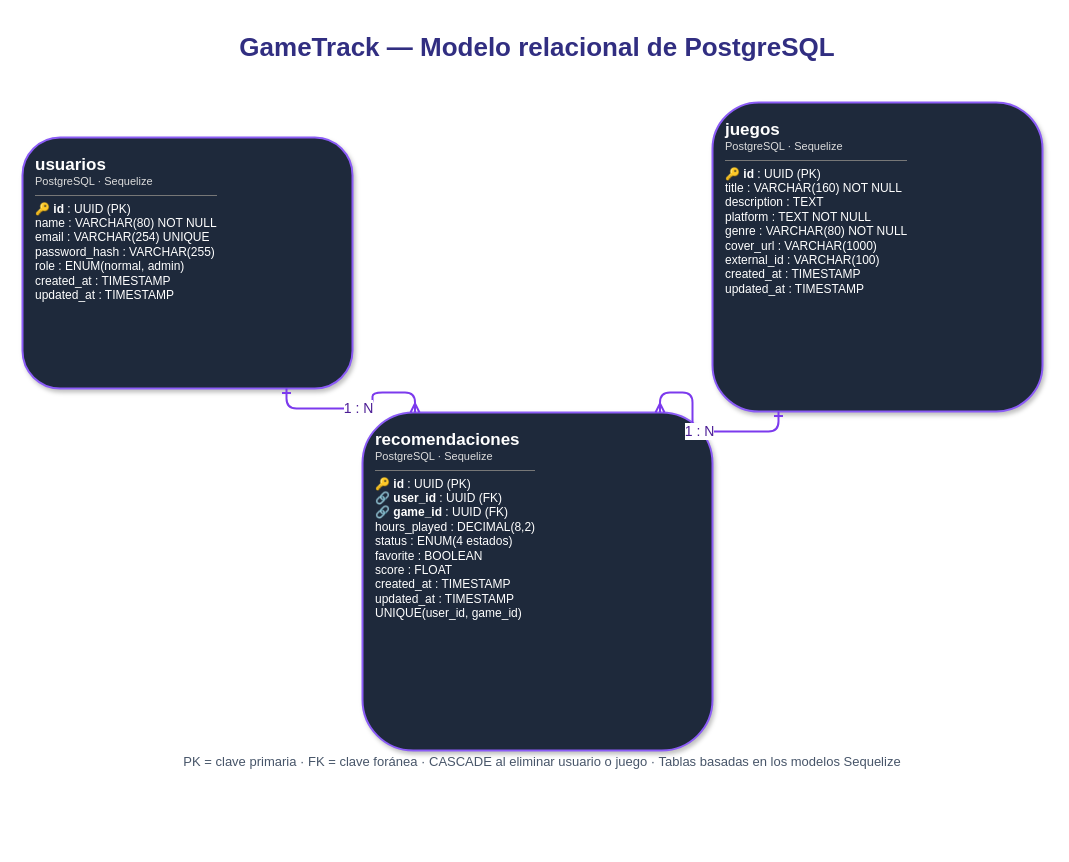
Earlier version of the draw.io diagram GameTrack-Modelo-Relacional.drawio (hwongg/GameTrack). Source tidied: cells renumbered, new cells numbered last; positions are measured from the earlier drawing's top-left corner, leaving out a move shared by most shapes. Both pictures are drawn from the tidied source at 100%, with x=0, y=0 at pixel (22, 17).
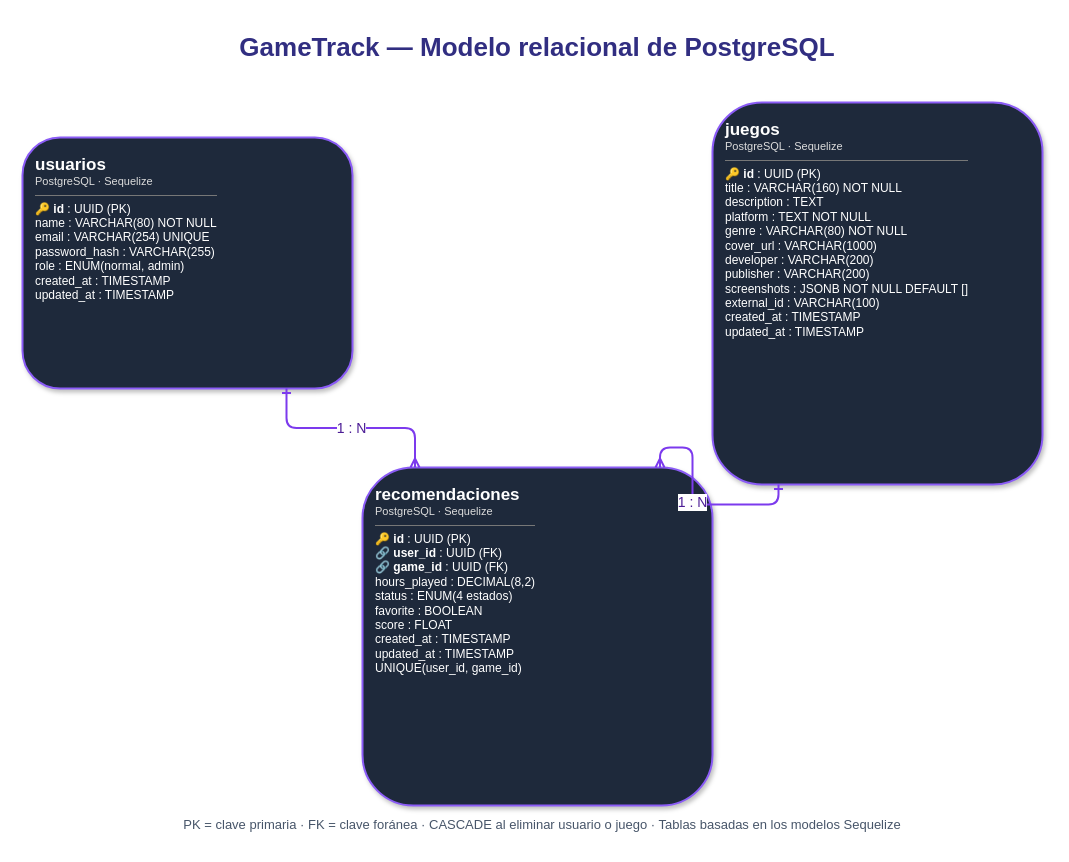
The same page after the edit.

Commit message (it also covers changes not shown here):
docs: actualizar documentacion y modelo relacional

Change to the diagram source:
```diff
@@
 <mxGraphModel>
   <root>
     <mxCell id="0" />
     <mxCell id="1" parent="0" />
     <mxCell id="2" value="&lt;div style=&quot;font-size:17px&quot;&gt;&lt;b&gt;usuarios&lt;/b&gt;&lt;/div&gt;&lt;div style=&quot;font-size:11px;color:#ddd&quot;&gt;PostgreSQL · Sequelize&lt;/div&gt;&lt;hr style=&quot;border:0;border-top:1px solid #777&quot;&gt;🔑 &lt;b&gt;id&lt;/b&gt; : UUID (PK)&lt;br&gt;name : VARCHAR(80) NOT NULL&lt;br&gt;email : VARCHAR(254) UNIQUE&lt;br&gt;password_hash : VARCHAR(255)&lt;br&gt;role : ENUM(normal, admin)&lt;br&gt;created_at : TIMESTAMP&lt;br&gt;updated_at : TIMESTAMP" style="rounded=1;whiteSpace=wrap;html=1;fillColor=#1E293B;strokeColor=#8B5CF6;strokeWidth=2;fontColor=#FFFFFF;align=left;verticalAlign=top;spacing=13;shadow=1;" parent="1" vertex="1">
       <mxGeometry y="120" width="330" height="251" as="geometry" />
     </mxCell>
-    <mxCell id="3" value="&lt;div style=&quot;font-size:17px&quot;&gt;&lt;b&gt;juegos&lt;/b&gt;&lt;/div&gt;&lt;div style=&quot;font-size:11px;color:#ddd&quot;&gt;PostgreSQL · Sequelize&lt;/div&gt;&lt;hr style=&quot;border:0;border-top:1px solid #777&quot;&gt;🔑 &lt;b&gt;id&lt;/b&gt; : UUID (PK)&lt;br&gt;title : VARCHAR(160) NOT NULL&lt;br&gt;description : TEXT&lt;br&gt;platform : TEXT NOT NULL&lt;br&gt;genre : VARCHAR(80) NOT NULL&lt;br&gt;cover_url : VARCHAR(1000)&lt;br&gt;external_id : VARCHAR(100)&lt;br&gt;created_at : TIMESTAMP&lt;br&gt;updated_at : TIMESTAMP" style="rounded=1;whiteSpace=wrap;html=1;fillColor=#1E293B;strokeColor=#8B5CF6;strokeWidth=2;fontColor=#FFFFFF;align=left;verticalAlign=top;spacing=13;shadow=1;" parent="1" vertex="1">
-      <mxGeometry x="690" y="85" width="330" height="309" as="geometry" />
+    <mxCell id="3" value="&lt;div style=&quot;font-size:17px&quot;&gt;&lt;b&gt;juegos&lt;/b&gt;&lt;/div&gt;&lt;div style=&quot;font-size:11px;color:#ddd&quot;&gt;PostgreSQL · Sequelize&lt;/div&gt;&lt;hr style=&quot;border:0;border-top:1px solid #777&quot;&gt;🔑 &lt;b&gt;id&lt;/b&gt; : UUID (PK)&lt;br&gt;title : VARCHAR(160) NOT NULL&lt;br&gt;description : TEXT&lt;br&gt;platform : TEXT NOT NULL&lt;br&gt;genre : VARCHAR(80) NOT NULL&lt;br&gt;cover_url : VARCHAR(1000)&lt;br&gt;developer : VARCHAR(200)&lt;br&gt;publisher : VARCHAR(200)&lt;br&gt;screenshots : JSONB NOT NULL DEFAULT []&lt;br&gt;external_id : VARCHAR(100)&lt;br&gt;created_at : TIMESTAMP&lt;br&gt;updated_at : TIMESTAMP" style="rounded=1;whiteSpace=wrap;html=1;fillColor=#1E293B;strokeColor=#8B5CF6;strokeWidth=2;fontColor=#FFFFFF;align=left;verticalAlign=top;spacing=13;shadow=1;" parent="1" vertex="1">
+      <mxGeometry x="690" y="85" width="330" height="382" as="geometry" />
     </mxCell>
     <mxCell id="4" value="&lt;div style=&quot;font-size:17px&quot;&gt;&lt;b&gt;recomendaciones&lt;/b&gt;&lt;/div&gt;&lt;div style=&quot;font-size:11px;color:#ddd&quot;&gt;PostgreSQL · Sequelize&lt;/div&gt;&lt;hr style=&quot;border:0;border-top:1px solid #777&quot;&gt;🔑 &lt;b&gt;id&lt;/b&gt; : UUID (PK)&lt;br&gt;🔗 &lt;b&gt;user_id&lt;/b&gt; : UUID (FK)&lt;br&gt;🔗 &lt;b&gt;game_id&lt;/b&gt; : UUID (FK)&lt;br&gt;hours_played : DECIMAL(8,2)&lt;br&gt;status : ENUM(4 estados)&lt;br&gt;favorite : BOOLEAN&lt;br&gt;score : FLOAT&lt;br&gt;created_at : TIMESTAMP&lt;br&gt;updated_at : TIMESTAMP&lt;br&gt;UNIQUE(user_id, game_id)" style="rounded=1;whiteSpace=wrap;html=1;fillColor=#1E293B;strokeColor=#8B5CF6;strokeWidth=2;fontColor=#FFFFFF;align=left;verticalAlign=top;spacing=13;shadow=1;" parent="1" vertex="1">
-      <mxGeometry x="340" y="395" width="350" height="338" as="geometry" />
+      <mxGeometry x="340" y="450" width="350" height="338" as="geometry" />
     </mxCell>
     <mxCell id="5" value="1 : N" style="edgeStyle=orthogonalEdgeStyle;rounded=1;jettySize=auto;html=1;strokeColor=#7C3AED;strokeWidth=2;endArrow=ERmany;endFill=0;startArrow=ERone;startFill=0;fontSize=14;fontColor=#4C1D95;exitX=0.8;exitY=1;exitDx=0;exitDy=0;entryX=0.15;entryY=0;entryDx=0;entryDy=0;" parent="1" edge="1" source="2" target="4">
       <mxGeometry relative="1" as="geometry" />
     </mxCell>
     <mxCell id="6" value="1 : N" style="edgeStyle=orthogonalEdgeStyle;rounded=1;jettySize=auto;html=1;strokeColor=#7C3AED;strokeWidth=2;endArrow=ERmany;endFill=0;startArrow=ERone;startFill=0;fontSize=14;fontColor=#4C1D95;exitX=0.2;exitY=1;exitDx=0;exitDy=0;entryX=0.85;entryY=0;entryDx=0;entryDy=0;" parent="1" edge="1" source="3" target="4">
       <mxGeometry relative="1" as="geometry" />
     </mxCell>
     <mxCell id="7" value="GameTrack — Modelo relacional de PostgreSQL" style="text;html=1;align=center;verticalAlign=middle;whiteSpace=wrap;rounded=0;fontSize=26;fontStyle=1;fontColor=#312E81;" parent="1" vertex="1">
       <mxGeometry x="100" width="830" height="60" as="geometry" />
     </mxCell>
     <mxCell id="8" value="PK = clave primaria · FK = clave foránea · CASCADE al eliminar usuario o juego · Tablas basadas en los modelos Sequelize" style="text;html=1;align=center;whiteSpace=wrap;fontSize=13;fontColor=#475569;" parent="1" vertex="1">
-      <mxGeometry x="10" y="730" width="1020" height="35" as="geometry" />
+      <mxGeometry x="10" y="793" width="1020" height="35" as="geometry" />
     </mxCell>
   </root>
 </mxGraphModel>
```
